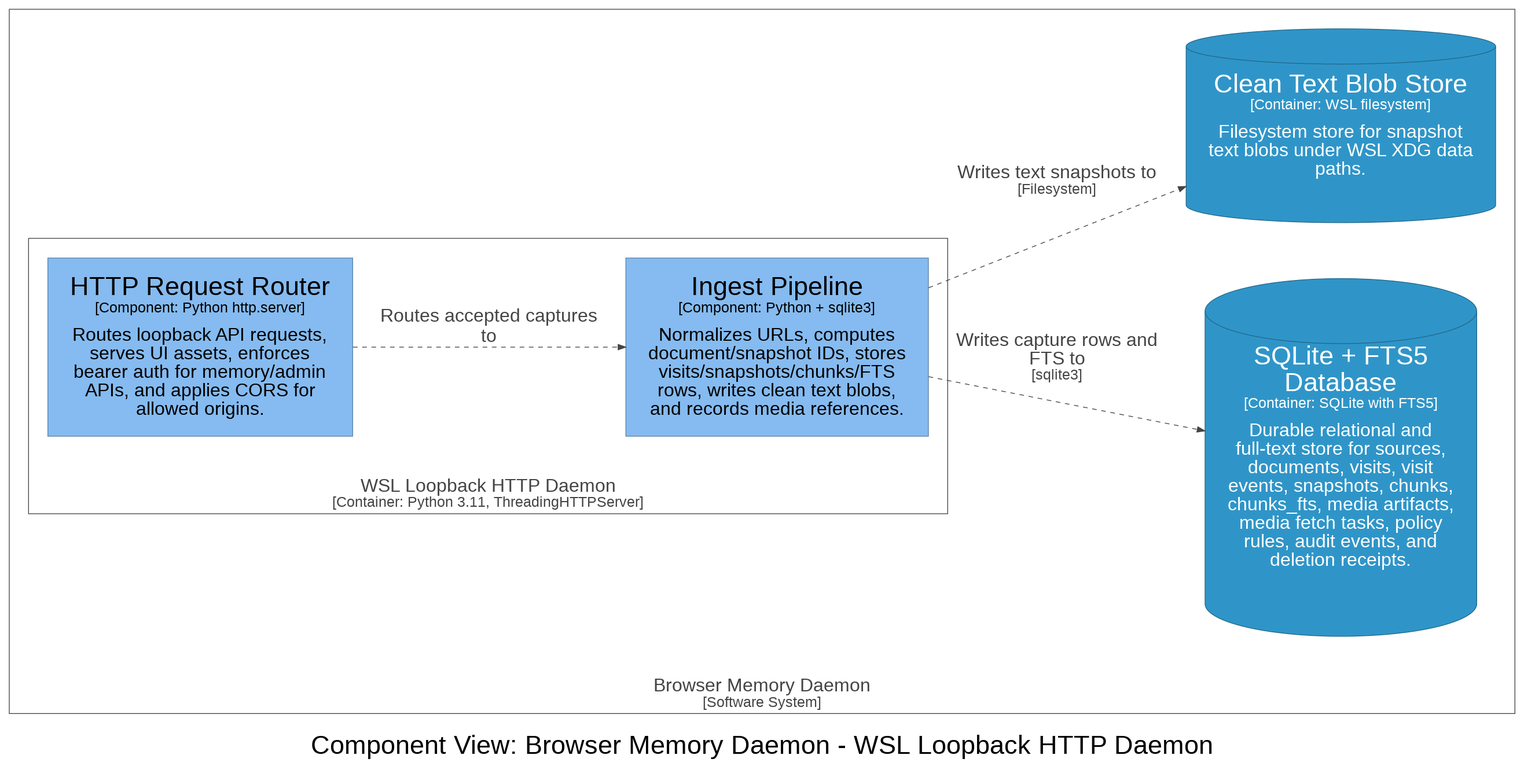
michaelnicks0/browser-memory-daemon keeps this Graphviz diagram as architecture/diagrams/dot-rendered/structurizr-DaemonIngestComponents.png. Above is the earlier version. Its source is kept beside it as architecture/diagrams/dot/structurizr-DaemonIngestComponents.dot.
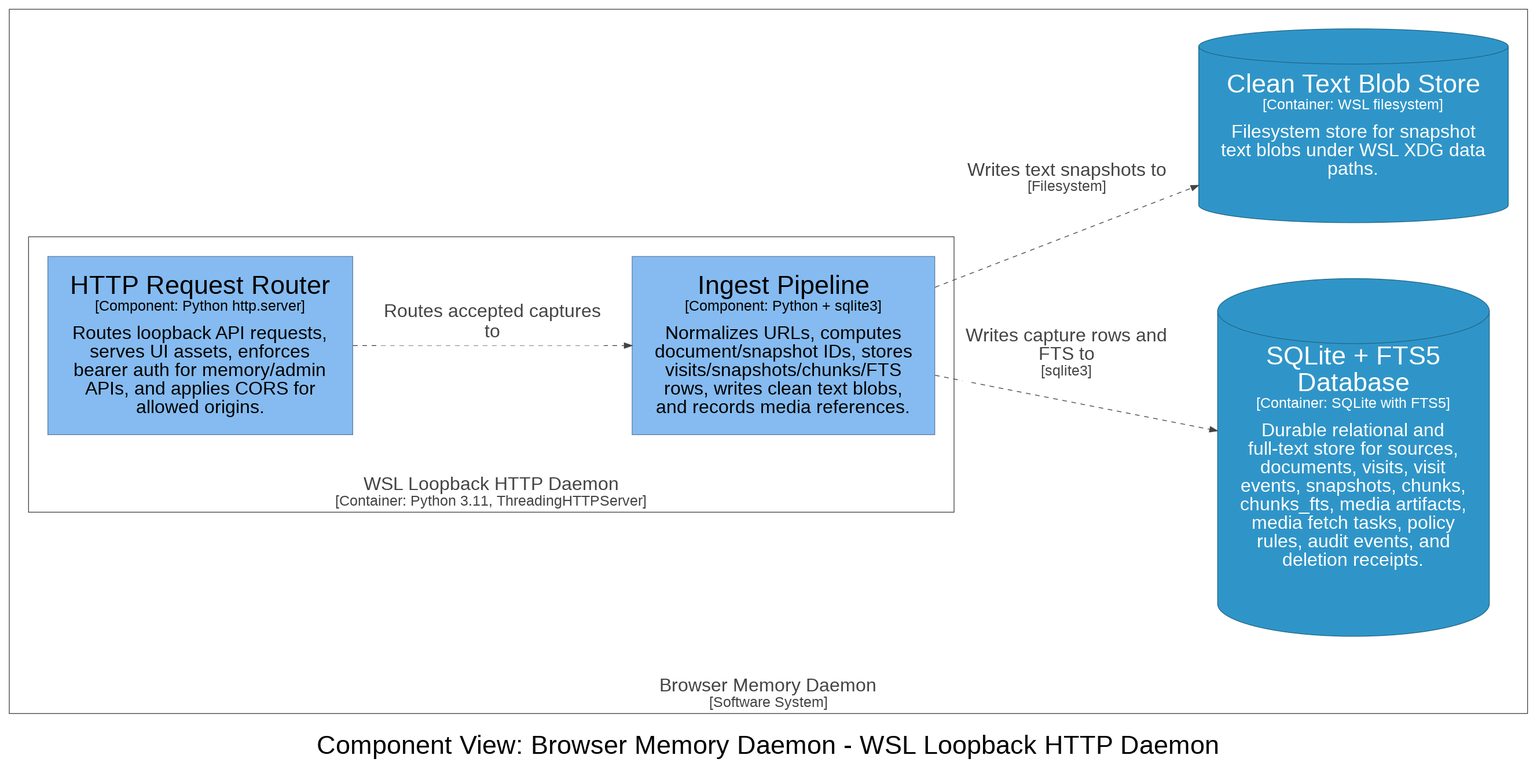
The same diagram one commit later.

Change to the diagram source:
```diff
@@ -29,8 +29,8 @@
     28 [id=28,shape=cylinder, label=<<font point-size="34">Clean Text Blob Store</font><br /><font point-size="19">[Container: WSL filesystem]</font><br /><br /><font point-size="24">Filesystem store for snapshot<br />text blobs under WSL XDG data<br />paths.</font>>, style=filled, color="#20688c", fillcolor="#2f95c8", fontcolor="#ffffff"]
   }
 
-  15 -> 18 [id=63, label=<<font point-size="24">Routes accepted captures<br />to</font>>, style="dashed", color="#444444", fontcolor="#444444"]
-  18 -> 27 [id=70, label=<<font point-size="24">Writes capture rows and<br />FTS to</font><br /><font point-size="19">[sqlite3]</font>>, style="dashed", color="#444444", fontcolor="#444444"]
-  18 -> 28 [id=71, label=<<font point-size="24">Writes text snapshots to</font><br /><font point-size="19">[Filesystem]</font>>, style="dashed", color="#444444", fontcolor="#444444"]
+  15 -> 18 [id=63, label=<<TABLE BORDER="0" CELLBORDER="0" CELLSPACING="0" CELLPADDING="4" BGCOLOR="white"><TR><TD><font point-size="24">Routes accepted captures<br />to</font></TD></TR></TABLE>>, style="dashed", color="#444444", fontcolor="#444444"]
+  18 -> 27 [id=70, label=<<TABLE BORDER="0" CELLBORDER="0" CELLSPACING="0" CELLPADDING="4" BGCOLOR="white"><TR><TD><font point-size="24">Writes capture rows and<br />FTS to</font><br /><font point-size="19">[sqlite3]</font></TD></TR></TABLE>>, style="dashed", color="#444444", fontcolor="#444444"]
+  18 -> 28 [id=71, label=<<TABLE BORDER="0" CELLBORDER="0" CELLSPACING="0" CELLPADDING="4" BGCOLOR="white"><TR><TD><font point-size="24">Writes text snapshots to</font><br /><font point-size="19">[Filesystem]</font></TD></TR></TABLE>>, style="dashed", color="#444444", fontcolor="#444444"]
 
 }
```
